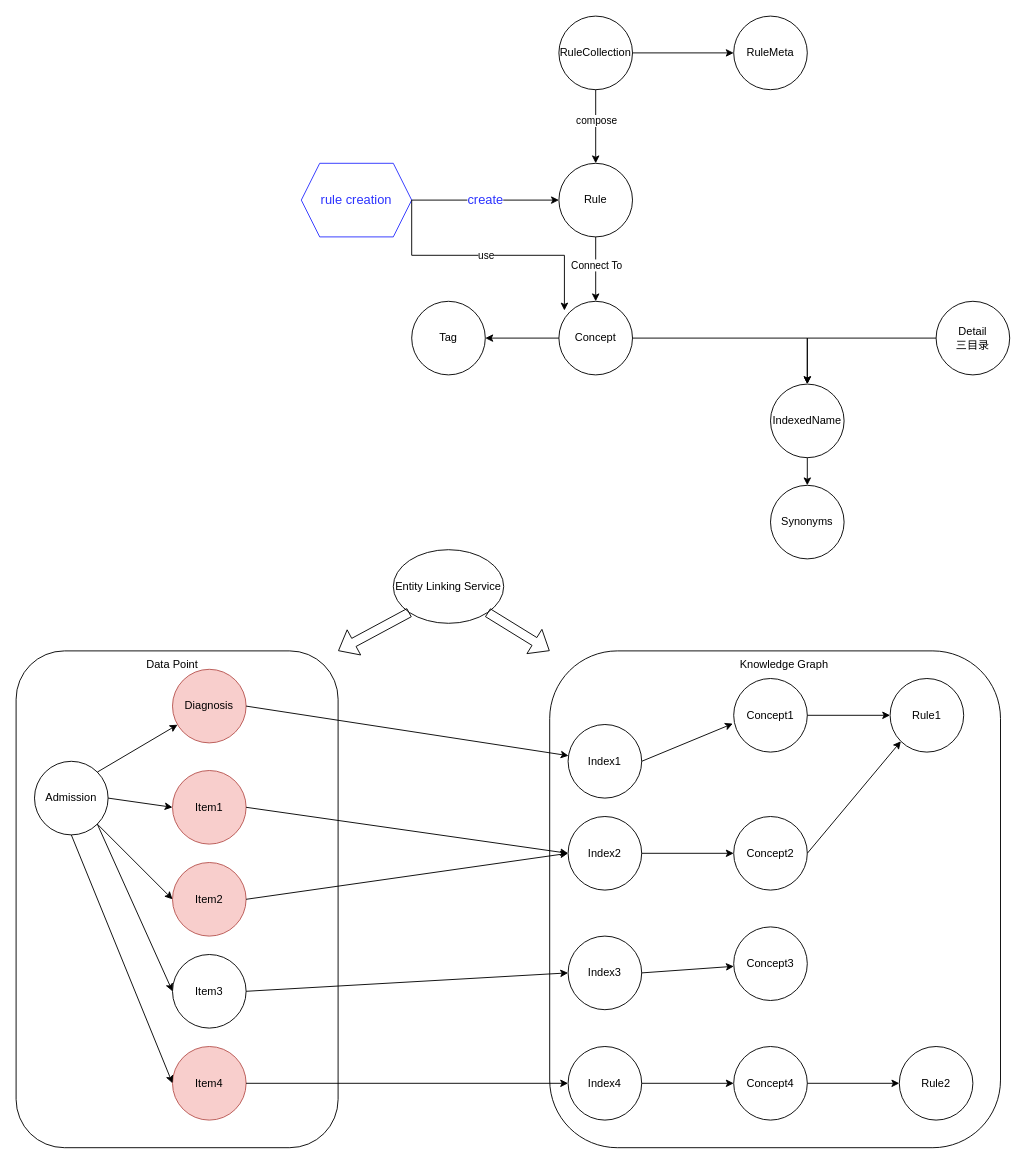
Before: page "entity linking logic" (1 of 2) of elverse-neo4j-topology.drawio in XiaoLiuAI/diagrams, a draw.io diagram. Source tidied: cells renumbered, new cells numbered last; positions are measured from the earlier drawing's top-left corner, leaving out a move shared by most shapes. Both pictures are drawn from the tidied source at 92%, with x=0, y=0 at pixel (16, 16).
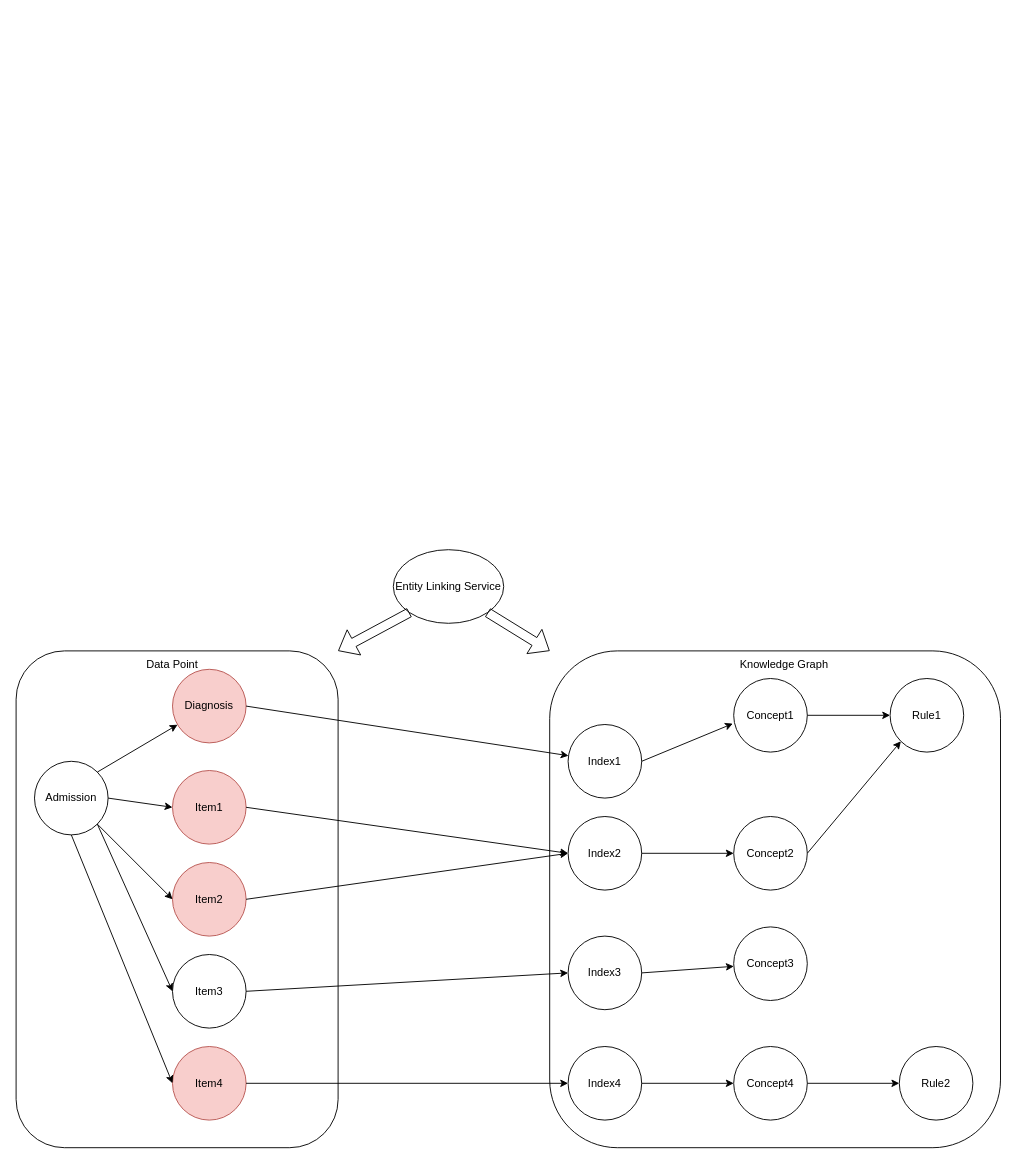
Above is the later version.

The edit, as a diff of the source:
```diff
@@
-    <mxCell id="4" value="Concept" style="ellipse;whiteSpace=wrap;html=1;" parent="1" vertex="1">
-      <mxGeometry x="590" y="310" width="80" height="80" as="geometry" />
-    </mxCell>
-    <mxCell id="5" value="Rule" style="ellipse;whiteSpace=wrap;html=1;" parent="1" vertex="1">
-      <mxGeometry x="590" y="160" width="80" height="80" as="geometry" />
-    </mxCell>
-    <mxCell id="6" value="RuleCollection" style="ellipse;whiteSpace=wrap;html=1;" parent="1" vertex="1">
-      <mxGeometry x="590" width="80" height="80" as="geometry" />
-    </mxCell>
-    <mxCell id="7" value="RuleMeta" style="ellipse;whiteSpace=wrap;html=1;" parent="1" vertex="1">
-      <mxGeometry x="780" width="80" height="80" as="geometry" />
-    </mxCell>
-    <mxCell id="8" style="endArrow=classic;html=1;rounded=0;exitX=0.5;exitY=1;exitDx=0;exitDy=0;entryX=0.5;entryY=0;entryDx=0;entryDy=0;" parent="1" edge="1" source="6" target="5">
-      <mxGeometry relative="1" as="geometry" />
-    </mxCell>
-    <mxCell id="9" value="compose" style="edgeLabel;html=1;align=center;verticalAlign=middle;" parent="8" vertex="1">
-      <mxGeometry x="-0.17" relative="1" as="geometry" />
-    </mxCell>
-    <mxCell id="10" style="endArrow=classic;html=1;rounded=0;exitX=0.5;exitY=1;exitDx=0;exitDy=0;entryX=0.5;entryY=0;entryDx=0;entryDy=0;" parent="1" edge="1" source="5" target="4">
-      <mxGeometry relative="1" as="geometry" />
-    </mxCell>
-    <mxCell id="11" value="Connect To" style="edgeLabel;html=1;align=center;verticalAlign=middle;" parent="10" vertex="1">
-      <mxGeometry x="-0.14" relative="1" as="geometry" />
-    </mxCell>
-    <mxCell id="12" value="IndexedName" style="ellipse;whiteSpace=wrap;html=1;" parent="1" vertex="1">
-      <mxGeometry x="820" y="400" width="80" height="80" as="geometry" />
-    </mxCell>
-    <mxCell id="13" style="edgeStyle=segmentEdgeStyle;endArrow=classic;html=1;rounded=0;exitX=1;exitY=0.5;exitDx=0;exitDy=0;entryX=0.5;entryY=0;entryDx=0;entryDy=0;" parent="1" edge="1" source="4" target="12">
-      <mxGeometry relative="1" as="geometry" />
-    </mxCell>
-    <mxCell id="14" style="endArrow=classic;html=1;rounded=0;entryX=0;entryY=0.5;entryDx=0;entryDy=0;exitX=1;exitY=0.5;exitDx=0;exitDy=0;" parent="1" edge="1" source="6" target="7">
-      <mxGeometry relative="1" as="geometry" />
-    </mxCell>
-    <mxCell id="15" value="rule creation" style="shape=hexagon;perimeter=hexagonPerimeter2;whiteSpace=wrap;html=1;fixedSize=1;fontSize=14;fontColor=#2B32FF;strokeColor=#2B32FF;" parent="1" vertex="1">
-      <mxGeometry x="310" y="160" width="120" height="80" as="geometry" />
-    </mxCell>
-    <mxCell id="16" value="create" style="endArrow=classic;html=1;rounded=0;fontSize=14;fontColor=#2B32FF;exitX=1;exitY=0.5;exitDx=0;exitDy=0;entryX=0;entryY=0.5;entryDx=0;entryDy=0;" parent="1" edge="1" source="15" target="5">
-      <mxGeometry relative="1" as="geometry" />
-    </mxCell>
-    <mxCell id="17" style="edgeStyle=elbowEdgeStyle;elbow=vertical;endArrow=classic;html=1;rounded=0;fontSize=14;fontColor=#2B32FF;exitX=1;exitY=0.5;exitDx=0;exitDy=0;entryX=0.075;entryY=0.125;entryDx=0;entryDy=0;entryPerimeter=0;" parent="1" edge="1" source="15" target="4">
-      <mxGeometry relative="1" as="geometry">
-        <Array as="points">
-          <mxPoint x="540" y="260" />
-        </Array>
-      </mxGeometry>
-    </mxCell>
-    <mxCell id="18" value="use" style="edgeLabel;html=1;align=center;verticalAlign=middle;" parent="17" vertex="1">
-      <mxGeometry x="-0.45" relative="1" as="geometry">
-        <mxPoint x="61" as="offset" />
-      </mxGeometry>
-    </mxCell>
@@
-    <mxCell id="57" value="Detail&lt;br&gt;三目录" style="ellipse;whiteSpace=wrap;html=1;" parent="1" vertex="1">
-      <mxGeometry x="1000" y="310" width="80" height="80" as="geometry" />
-    </mxCell>
-    <mxCell id="58" style="edgeStyle=segmentEdgeStyle;endArrow=classic;html=1;rounded=0;exitX=0;exitY=0.5;exitDx=0;exitDy=0;entryX=0.5;entryY=0;entryDx=0;entryDy=0;" parent="1" edge="1" source="57" target="12">
-      <mxGeometry relative="1" as="geometry" />
-    </mxCell>
-    <mxCell id="59" value="Synonyms" style="ellipse;whiteSpace=wrap;html=1;" parent="1" vertex="1">
-      <mxGeometry x="820" y="510" width="80" height="80" as="geometry" />
-    </mxCell>
-    <mxCell id="60" style="endArrow=classic;html=1;rounded=0;entryX=0.5;entryY=0;entryDx=0;entryDy=0;exitX=0.5;exitY=1;exitDx=0;exitDy=0;" parent="1" edge="1" source="12" target="59">
-      <mxGeometry relative="1" as="geometry" />
-    </mxCell>
-    <mxCell id="61" value="Tag" style="ellipse;whiteSpace=wrap;html=1;" parent="1" vertex="1">
-      <mxGeometry x="430" y="310" width="80" height="80" as="geometry" />
-    </mxCell>
-    <mxCell id="62" style="endArrow=classic;html=1;rounded=0;exitX=0;exitY=0.5;exitDx=0;exitDy=0;entryX=1;entryY=0.5;entryDx=0;entryDy=0;" parent="1" edge="1" source="4" target="61">
-      <mxGeometry relative="1" as="geometry" />
-    </mxCell>
```
